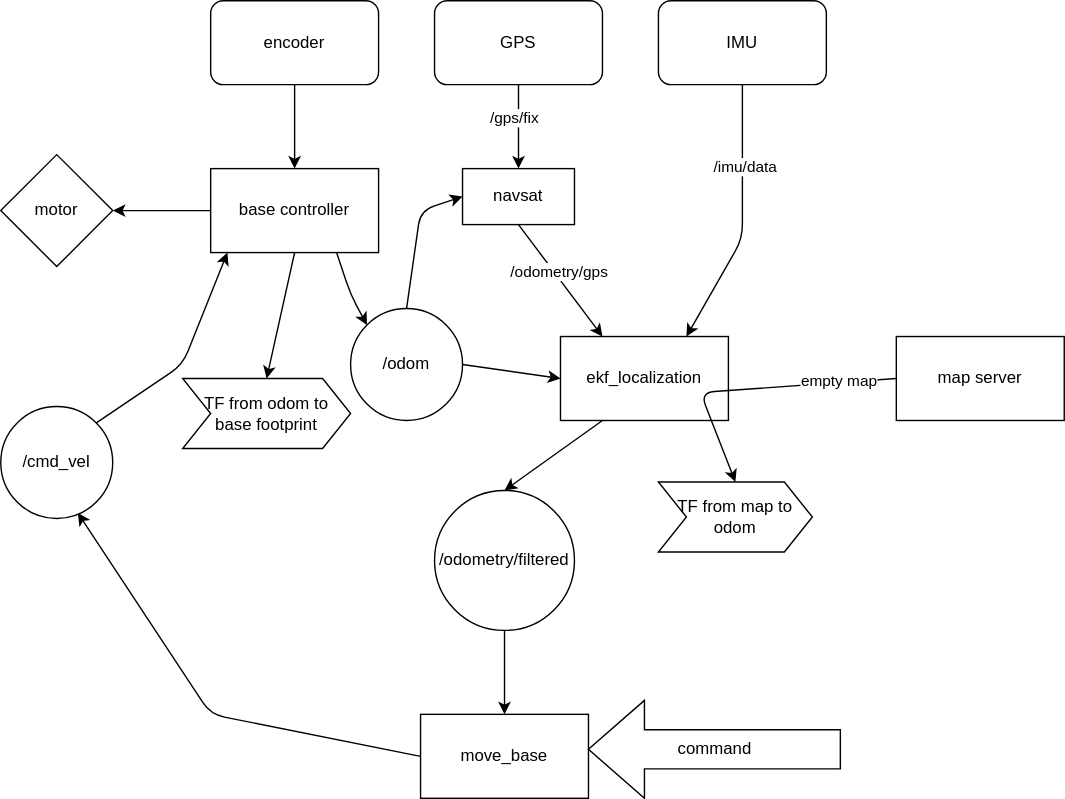
The draw.io diagram weeding_robot_description/pictures/Software_structure.svg in hank880907/weeding-robot, before a commit. Source tidied: cells renumbered, new cells last; positions are measured from the earlier drawing's top-left corner, leaving out a move shared by most shapes.
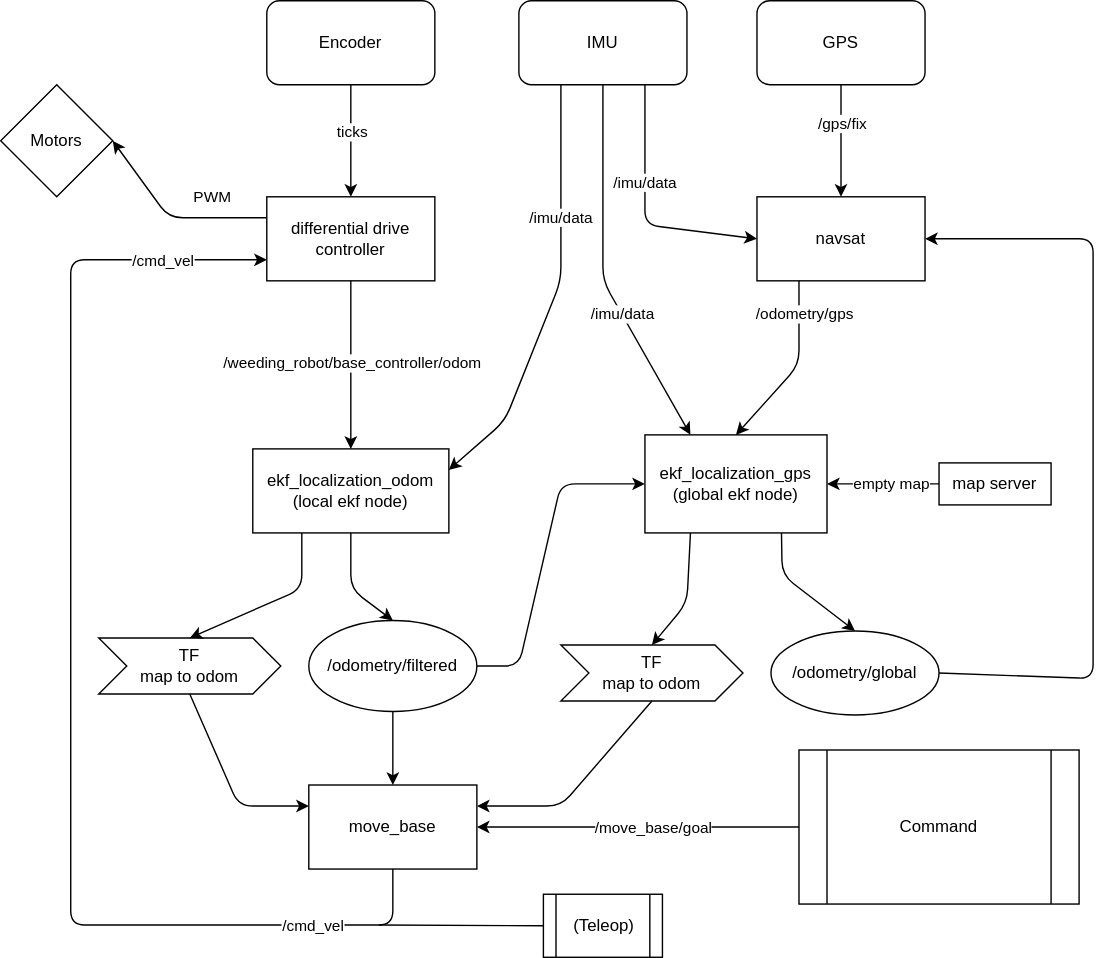
Above is the later version.

What changed in the source:
```diff
@@ -2,131 +2,223 @@
   <root>
     <mxCell id="0" />
     <mxCell id="1" parent="0" />
-    <mxCell id="2" value="encoder" style="rounded=1;whiteSpace=wrap;html=1;" parent="1" vertex="1">
-      <mxGeometry x="150" width="120" height="60" as="geometry" />
-    </mxCell>
+    <mxCell id="6" value="IMU" style="rounded=1;whiteSpace=wrap;html=1;" parent="1" vertex="1">
+      <mxGeometry x="420" y="-10" width="120" height="60" as="geometry" />
+    </mxCell>
+    <mxCell id="5" value="GPS" style="rounded=1;whiteSpace=wrap;html=1;" parent="1" vertex="1">
+      <mxGeometry x="590" y="-10" width="120" height="60" as="geometry" />
+    </mxCell>
+    <mxCell id="36" value="Encoder" style="rounded=1;whiteSpace=wrap;html=1;" parent="1" vertex="1">
+      <mxGeometry x="240" y="-10" width="120" height="60" as="geometry" />
+    </mxCell>
+    <mxCell id="37" value="differential drive controller" style="rounded=0;whiteSpace=wrap;html=1;" parent="1" vertex="1">
+      <mxGeometry x="240" y="130" width="120" height="60" as="geometry" />
+    </mxCell>
+    <mxCell id="20" value="navsat" style="rounded=0;whiteSpace=wrap;html=1;" parent="1" vertex="1">
+      <mxGeometry x="590" y="130" width="120" height="60" as="geometry" />
+    </mxCell>
+    <mxCell id="38" value="Motors" style="rhombus;whiteSpace=wrap;html=1;" parent="1" vertex="1">
+      <mxGeometry x="50" y="50" width="80" height="80" as="geometry" />
+    </mxCell>
+    <mxCell id="39" style="endArrow=classic;html=1;exitX=0.5;exitY=1;exitDx=0;exitDy=0;" parent="1" edge="1" source="36" target="37">
+      <mxGeometry relative="1" as="geometry" />
+    </mxCell>
+    <mxCell id="40" value="ticks" style="edgeLabel;html=1;align=center;verticalAlign=middle;" parent="39" vertex="1">
+      <mxGeometry x="-0.17" relative="1" as="geometry" />
+    </mxCell>
+    <mxCell id="41" style="endArrow=classic;html=1;exitX=0;exitY=0.25;exitDx=0;exitDy=0;entryX=1;entryY=0.5;entryDx=0;entryDy=0;" parent="1" edge="1" source="37" target="38">
+      <mxGeometry relative="1" as="geometry">
+        <Array as="points">
+          <mxPoint x="170" y="145" />
+        </Array>
+      </mxGeometry>
+    </mxCell>
+    <mxCell id="42" value="PWM" style="edgeLabel;html=1;align=center;verticalAlign=middle;" parent="41" vertex="1">
+      <mxGeometry x="0.29" y="-1" relative="1" as="geometry">
+        <mxPoint x="40.4" y="0.9" as="offset" />
+      </mxGeometry>
+    </mxCell>
-    <mxCell id="3" style="edgeStyle=orthogonalEdgeStyle;rounded=0;jettySize=auto;html=1;" parent="1" edge="1" source="5" target="20">
+    <mxCell id="3" style="endArrow=classic;html=1;exitX=0.5;exitY=1;exitDx=0;exitDy=0;entryX=0.5;entryY=0;entryDx=0;entryDy=0;" parent="1" edge="1" source="5" target="20">
       <mxGeometry relative="1" as="geometry" />
     </mxCell>
     <mxCell id="4" value="/gps/fix" style="edgeLabel;html=1;align=center;verticalAlign=middle;" parent="3" vertex="1">
-      <mxGeometry x="-0.23" y="-4" relative="1" as="geometry" />
+      <mxGeometry x="-0.33" relative="1" as="geometry" />
     </mxCell>
-    <mxCell id="5" value="GPS" style="rounded=1;whiteSpace=wrap;html=1;" parent="1" vertex="1">
-      <mxGeometry x="310" width="120" height="60" as="geometry" />
-    </mxCell>
-    <mxCell id="6" value="IMU" style="rounded=1;whiteSpace=wrap;html=1;" parent="1" vertex="1">
-      <mxGeometry x="470" width="120" height="60" as="geometry" />
-    </mxCell>
-    <mxCell id="7" style="endArrow=classic;html=1;exitX=0.5;exitY=1;exitDx=0;exitDy=0;entryX=0.5;entryY=0;entryDx=0;entryDy=0;" parent="1" edge="1" source="2" target="9">
-      <mxGeometry relative="1" as="geometry" />
-    </mxCell>
-    <mxCell id="8" style="edgeStyle=orthogonalEdgeStyle;rounded=0;jettySize=auto;html=1;" parent="1" edge="1" source="9" target="10">
-      <mxGeometry relative="1" as="geometry" />
-    </mxCell>
-    <mxCell id="9" value="base controller" style="rounded=0;whiteSpace=wrap;html=1;" parent="1" vertex="1">
-      <mxGeometry x="150" y="120" width="120" height="60" as="geometry" />
-    </mxCell>
-    <mxCell id="10" value="motor" style="rhombus;whiteSpace=wrap;html=1;" parent="1" vertex="1">
-      <mxGeometry y="110" width="80" height="80" as="geometry" />
-    </mxCell>
-    <mxCell id="11" value="ekf_localization" style="rounded=0;whiteSpace=wrap;html=1;" parent="1" vertex="1">
-      <mxGeometry x="400" y="240" width="120" height="60" as="geometry" />
-    </mxCell>
-    <mxCell id="12" style="endArrow=classic;html=1;exitX=1;exitY=0.5;exitDx=0;exitDy=0;entryX=0;entryY=0.5;entryDx=0;entryDy=0;" parent="1" edge="1" source="13" target="11">
-      <mxGeometry relative="1" as="geometry" />
-    </mxCell>
-    <mxCell id="13" value="/odom" style="ellipse;whiteSpace=wrap;html=1;" parent="1" vertex="1">
-      <mxGeometry x="250" y="220" width="80" height="80" as="geometry" />
-    </mxCell>
+    <mxCell id="43" value="ekf_localization_odom&lt;br&gt;(local ekf node)" style="rounded=0;whiteSpace=wrap;html=1;" parent="1" vertex="1">
+      <mxGeometry x="230" y="310" width="140" height="60" as="geometry" />
+    </mxCell>
+    <mxCell id="44" style="endArrow=classic;html=1;exitX=0.5;exitY=1;exitDx=0;exitDy=0;" parent="1" edge="1" source="37" target="43">
+      <mxGeometry relative="1" as="geometry" />
+    </mxCell>
+    <mxCell id="45" value="/weeding_robot/base_controller/odom" style="edgeLabel;html=1;align=center;verticalAlign=middle;" parent="44" vertex="1">
+      <mxGeometry x="-0.03" relative="1" as="geometry" />
+    </mxCell>
+    <mxCell id="46" style="endArrow=classic;html=1;exitX=0.25;exitY=1;exitDx=0;exitDy=0;entryX=1;entryY=0.25;entryDx=0;entryDy=0;" parent="1" edge="1" source="6" target="43">
+      <mxGeometry relative="1" as="geometry">
+        <Array as="points">
+          <mxPoint x="450" y="190" />
+          <mxPoint x="410" y="290" />
+        </Array>
+      </mxGeometry>
+    </mxCell>
+    <mxCell id="47" value="/imu/data" style="edgeLabel;html=1;align=center;verticalAlign=middle;" parent="46" vertex="1">
+      <mxGeometry x="-0.37" y="-1" relative="1" as="geometry">
+        <mxPoint y="-1" as="offset" />
+      </mxGeometry>
+    </mxCell>
+    <mxCell id="48" style="endArrow=classic;html=1;exitX=0.75;exitY=1;exitDx=0;exitDy=0;entryX=0;entryY=0.5;entryDx=0;entryDy=0;" parent="1" edge="1" source="6" target="20">
+      <mxGeometry relative="1" as="geometry">
+        <Array as="points">
+          <mxPoint x="510" y="150" />
+        </Array>
+      </mxGeometry>
+    </mxCell>
+    <mxCell id="49" value="/imu/data" style="edgeLabel;html=1;align=center;verticalAlign=middle;" parent="48" vertex="1">
+      <mxGeometry x="-0.23" y="-1" relative="1" as="geometry" />
+    </mxCell>
+    <mxCell id="50" style="endArrow=classic;html=1;exitX=0.5;exitY=1;exitDx=0;exitDy=0;entryX=0.5;entryY=0;entryDx=0;entryDy=0;" parent="1" edge="1" source="43" target="16">
+      <mxGeometry relative="1" as="geometry">
+        <Array as="points">
+          <mxPoint x="300" y="410" />
+        </Array>
+      </mxGeometry>
+    </mxCell>
+    <mxCell id="51" value="ekf_localization_gps&lt;br&gt;(global ekf node)" style="rounded=0;whiteSpace=wrap;html=1;" parent="1" vertex="1">
+      <mxGeometry x="510" y="300" width="130" height="70" as="geometry" />
+    </mxCell>
+    <mxCell id="52" style="endArrow=classic;html=1;exitX=0.75;exitY=1;exitDx=0;exitDy=0;entryX=0.5;entryY=0;entryDx=0;entryDy=0;" parent="1" edge="1" source="51" target="60">
+      <mxGeometry relative="1" as="geometry">
+        <Array as="points">
+          <mxPoint x="608" y="400" />
+        </Array>
+      </mxGeometry>
+    </mxCell>
+    <mxCell id="53" style="endArrow=classic;html=1;exitX=0.25;exitY=1;exitDx=0;exitDy=0;entryX=0.5;entryY=0;entryDx=0;entryDy=0;" parent="1" edge="1" source="20" target="51">
+      <mxGeometry relative="1" as="geometry">
+        <Array as="points">
+          <mxPoint x="620" y="250" />
+        </Array>
+      </mxGeometry>
+    </mxCell>
+    <mxCell id="23" value="/odometry/gps" style="edgeLabel;html=1;align=center;verticalAlign=middle;" parent="53" vertex="1">
+      <mxGeometry x="0.33" y="-1" relative="1" as="geometry">
+        <mxPoint x="21.2" y="-53.9" as="offset" />
+      </mxGeometry>
+    </mxCell>
+    <mxCell id="54" style="endArrow=classic;html=1;exitX=0.5;exitY=1;exitDx=0;exitDy=0;entryX=0.25;entryY=0;entryDx=0;entryDy=0;" parent="1" edge="1" source="6" target="51">
+      <mxGeometry relative="1" as="geometry">
+        <Array as="points">
+          <mxPoint x="480" y="190" />
+        </Array>
+      </mxGeometry>
+    </mxCell>
+    <mxCell id="55" value="/imu/data" style="edgeLabel;html=1;align=center;verticalAlign=middle;" parent="54" vertex="1">
+      <mxGeometry x="0.25" relative="1" as="geometry" />
+    </mxCell>
+    <mxCell id="56" style="endArrow=classic;html=1;exitX=1;exitY=0.5;exitDx=0;exitDy=0;entryX=0;entryY=0.5;entryDx=0;entryDy=0;" parent="1" edge="1" source="16" target="51">
+      <mxGeometry relative="1" as="geometry">
+        <Array as="points">
+          <mxPoint x="420" y="465" />
+          <mxPoint x="450" y="335" />
+        </Array>
+      </mxGeometry>
+    </mxCell>
+    <mxCell id="57" style="edgeStyle=orthogonalEdgeStyle;rounded=0;jettySize=auto;html=1;" parent="1" edge="1" source="14" target="51">
+      <mxGeometry relative="1" as="geometry" />
+    </mxCell>
+    <mxCell id="35" value="empty map" style="edgeLabel;html=1;align=center;verticalAlign=middle;" parent="57" vertex="1">
+      <mxGeometry x="-0.13" y="-1" relative="1" as="geometry" />
+    </mxCell>
     <mxCell id="14" value="map server" style="rounded=0;whiteSpace=wrap;html=1;" parent="1" vertex="1">
-      <mxGeometry x="640" y="240" width="120" height="60" as="geometry" />
+      <mxGeometry x="720" y="320" width="80" height="30" as="geometry" />
     </mxCell>
+    <mxCell id="58" style="endArrow=classic;html=1;exitX=1;exitY=0.5;exitDx=0;exitDy=0;entryX=1;entryY=0.5;entryDx=0;entryDy=0;" parent="1" edge="1" source="60" target="20">
+      <mxGeometry relative="1" as="geometry">
+        <Array as="points">
+          <mxPoint x="830" y="474" />
+          <mxPoint x="830" y="160" />
+        </Array>
+      </mxGeometry>
+    </mxCell>
-    <mxCell id="15" style="edgeStyle=orthogonalEdgeStyle;rounded=0;jettySize=auto;html=1;" parent="1" edge="1" source="16" target="25">
+    <mxCell id="15" style="endArrow=classic;html=1;exitX=0.5;exitY=1;exitDx=0;exitDy=0;entryX=0.5;entryY=0;entryDx=0;entryDy=0;" parent="1" edge="1" source="16" target="25">
       <mxGeometry relative="1" as="geometry" />
     </mxCell>
+    <mxCell id="25" value="move_base" style="rounded=0;whiteSpace=wrap;html=1;" parent="1" vertex="1">
+      <mxGeometry x="270" y="550" width="120" height="60" as="geometry" />
+    </mxCell>
+    <mxCell id="59" value="TF &lt;br&gt;map to odom" style="shape=step;perimeter=stepPerimeter;whiteSpace=wrap;html=1;fixedSize=1;" parent="1" vertex="1">
+      <mxGeometry x="450" y="450" width="130" height="40" as="geometry" />
+    </mxCell>
+    <mxCell id="60" value="&lt;span&gt;/odometry/global&lt;/span&gt;" style="ellipse;whiteSpace=wrap;html=1;" parent="1" vertex="1">
+      <mxGeometry x="600" y="440" width="120" height="60" as="geometry" />
+    </mxCell>
+    <mxCell id="61" style="endArrow=classic;html=1;exitX=0.25;exitY=1;exitDx=0;exitDy=0;entryX=0.5;entryY=0;entryDx=0;entryDy=0;" parent="1" edge="1" source="51" target="59">
+      <mxGeometry relative="1" as="geometry">
+        <Array as="points">
+          <mxPoint x="540" y="420" />
+        </Array>
+      </mxGeometry>
+    </mxCell>
+    <mxCell id="62" value="TF &lt;br&gt;map to odom" style="shape=step;perimeter=stepPerimeter;whiteSpace=wrap;html=1;fixedSize=1;" parent="1" vertex="1">
+      <mxGeometry x="120" y="445" width="130" height="40" as="geometry" />
+    </mxCell>
+    <mxCell id="63" style="endArrow=classic;html=1;exitX=0.25;exitY=1;exitDx=0;exitDy=0;entryX=0.5;entryY=0;entryDx=0;entryDy=0;" parent="1" edge="1" source="43" target="62">
+      <mxGeometry relative="1" as="geometry">
+        <Array as="points">
+          <mxPoint x="265" y="410" />
+        </Array>
+      </mxGeometry>
+    </mxCell>
     <mxCell id="16" value="/odometry/filtered" style="ellipse;whiteSpace=wrap;html=1;" parent="1" vertex="1">
-      <mxGeometry x="310" y="350" width="100" height="100" as="geometry" />
+      <mxGeometry x="270" y="432.5" width="120" height="65" as="geometry" />
     </mxCell>
-    <mxCell id="17" style="endArrow=classic;html=1;exitX=0.25;exitY=1;exitDx=0;exitDy=0;entryX=0.5;entryY=0;entryDx=0;entryDy=0;" parent="1" edge="1" source="11" target="16">
-      <mxGeometry relative="1" as="geometry" />
-    </mxCell>
-    <mxCell id="18" style="endArrow=classic;html=1;exitX=0.5;exitY=1;exitDx=0;exitDy=0;entryX=0.75;entryY=0;entryDx=0;entryDy=0;" parent="1" edge="1" source="6" target="11">
-      <mxGeometry relative="1" as="geometry">
-        <Array as="points">
-          <mxPoint x="530" y="170" />
-        </Array>
-      </mxGeometry>
-    </mxCell>
-    <mxCell id="19" value="/imu/data" style="edgeLabel;html=1;align=center;verticalAlign=middle;" parent="18" vertex="1">
-      <mxGeometry x="-0.39" y="1" relative="1" as="geometry" />
-    </mxCell>
-    <mxCell id="20" value="navsat" style="rounded=0;whiteSpace=wrap;html=1;" parent="1" vertex="1">
-      <mxGeometry x="330" y="120" width="80" height="40" as="geometry" />
-    </mxCell>
-    <mxCell id="21" style="endArrow=classic;html=1;exitX=0.5;exitY=0;exitDx=0;exitDy=0;entryX=0;entryY=0.5;entryDx=0;entryDy=0;" parent="1" edge="1" source="13" target="20">
-      <mxGeometry relative="1" as="geometry">
-        <Array as="points">
-          <mxPoint x="300" y="150" />
-        </Array>
-      </mxGeometry>
-    </mxCell>
-    <mxCell id="22" style="endArrow=classic;html=1;exitX=0.5;exitY=1;exitDx=0;exitDy=0;entryX=0.25;entryY=0;entryDx=0;entryDy=0;" parent="1" edge="1" source="20" target="11">
-      <mxGeometry relative="1" as="geometry" />
-    </mxCell>
-    <mxCell id="23" value="/odometry/gps" style="edgeLabel;html=1;align=center;verticalAlign=middle;" parent="22" vertex="1">
-      <mxGeometry x="-0.12" y="3" relative="1" as="geometry" />
-    </mxCell>
-    <mxCell id="24" value="TF from map to odom" style="shape=step;perimeter=stepPerimeter;whiteSpace=wrap;html=1;fixedSize=1;" parent="1" vertex="1">
-      <mxGeometry x="470" y="344" width="110" height="50" as="geometry" />
-    </mxCell>
-    <mxCell id="25" value="move_base" style="rounded=0;whiteSpace=wrap;html=1;" parent="1" vertex="1">
-      <mxGeometry x="300" y="510" width="120" height="60" as="geometry" />
-    </mxCell>
-    <mxCell id="26" style="endArrow=classic;html=1;exitX=0;exitY=0.5;exitDx=0;exitDy=0;entryX=0.688;entryY=0.95;entryDx=0;entryDy=0;entryPerimeter=0;" parent="1" edge="1" source="25" target="27">
-      <mxGeometry relative="1" as="geometry">
-        <Array as="points">
-          <mxPoint x="150" y="510" />
-        </Array>
-      </mxGeometry>
-    </mxCell>
-    <mxCell id="27" value="/cmd_vel" style="ellipse;whiteSpace=wrap;html=1;" parent="1" vertex="1">
-      <mxGeometry y="290" width="80" height="80" as="geometry" />
-    </mxCell>
-    <mxCell id="28" style="endArrow=classic;html=1;exitX=1;exitY=0;exitDx=0;exitDy=0;entryX=0.1;entryY=1;entryDx=0;entryDy=0;entryPerimeter=0;" parent="1" edge="1" source="27" target="9">
-      <mxGeometry relative="1" as="geometry">
-        <Array as="points">
-          <mxPoint x="130" y="260" />
-        </Array>
-      </mxGeometry>
-    </mxCell>
-    <mxCell id="29" value="TF from odom to base footprint" style="shape=step;perimeter=stepPerimeter;whiteSpace=wrap;html=1;fixedSize=1;" parent="1" vertex="1">
-      <mxGeometry x="130" y="270" width="120" height="50" as="geometry" />
-    </mxCell>
-    <mxCell id="30" style="endArrow=classic;html=1;exitX=0.75;exitY=1;exitDx=0;exitDy=0;entryX=0;entryY=0;entryDx=0;entryDy=0;" parent="1" edge="1" source="9" target="13">
-      <mxGeometry relative="1" as="geometry">
-        <Array as="points">
-          <mxPoint x="250" y="210" />
-        </Array>
-      </mxGeometry>
-    </mxCell>
-    <mxCell id="31" style="endArrow=classic;html=1;exitX=0.5;exitY=1;exitDx=0;exitDy=0;entryX=0.5;entryY=0;entryDx=0;entryDy=0;" parent="1" edge="1" source="9" target="29">
-      <mxGeometry relative="1" as="geometry" />
-    </mxCell>
-    <mxCell id="32" style="edgeStyle=orthogonalEdgeStyle;rounded=0;orthogonalLoop=1;jettySize=auto;html=1;exitX=0.5;exitY=1;exitDx=0;exitDy=0;" parent="1" edge="1" source="24" target="24">
-      <mxGeometry relative="1" as="geometry" />
-    </mxCell>
-    <mxCell id="33" value="command" style="html=1;shadow=0;dashed=0;align=center;verticalAlign=middle;shape=mxgraph.arrows2.arrow;dy=0.6;dx=40;flipH=1;notch=0;" parent="1" vertex="1">
-      <mxGeometry x="420" y="500" width="180" height="70" as="geometry" />
-    </mxCell>
-    <mxCell id="34" style="endArrow=classic;html=1;exitX=0;exitY=0.5;exitDx=0;exitDy=0;entryX=0.5;entryY=0;entryDx=0;entryDy=0;" parent="1" edge="1" source="14" target="24">
-      <mxGeometry relative="1" as="geometry">
-        <Array as="points">
-          <mxPoint x="500" y="280" />
-        </Array>
-      </mxGeometry>
-    </mxCell>
-    <mxCell id="35" value="empty map" style="edgeLabel;html=1;align=center;verticalAlign=middle;" parent="34" vertex="1">
-      <mxGeometry x="-0.6" y="-1" relative="1" as="geometry" />
-    </mxCell>
+    <mxCell id="64" style="endArrow=classic;html=1;exitX=0.5;exitY=1;exitDx=0;exitDy=0;entryX=0;entryY=0.25;entryDx=0;entryDy=0;" parent="1" edge="1" source="62" target="25">
+      <mxGeometry relative="1" as="geometry">
+        <Array as="points">
+          <mxPoint x="220" y="565" />
+        </Array>
+      </mxGeometry>
+    </mxCell>
+    <mxCell id="65" style="endArrow=classic;html=1;exitX=0.5;exitY=1;exitDx=0;exitDy=0;entryX=1;entryY=0.25;entryDx=0;entryDy=0;" parent="1" edge="1" source="59" target="25">
+      <mxGeometry relative="1" as="geometry">
+        <Array as="points">
+          <mxPoint x="450" y="565" />
+        </Array>
+      </mxGeometry>
+    </mxCell>
+    <mxCell id="66" style="endArrow=classic;html=1;entryX=0;entryY=0.75;entryDx=0;entryDy=0;exitX=0.5;exitY=1;exitDx=0;exitDy=0;" parent="1" edge="1" source="25" target="37">
+      <mxGeometry relative="1" as="geometry">
+        <Array as="points">
+          <mxPoint x="330" y="650" />
+          <mxPoint x="100" y="650" />
+          <mxPoint x="100" y="175" />
+        </Array>
+      </mxGeometry>
+    </mxCell>
+    <mxCell id="67" value="/cmd_vel" style="edgeLabel;html=1;align=center;verticalAlign=middle;" parent="66" vertex="1">
+      <mxGeometry x="0.83" relative="1" as="geometry" />
+    </mxCell>
+    <mxCell id="68" value="/cmd_vel" style="edgeLabel;html=1;align=center;verticalAlign=middle;" parent="66" vertex="1">
+      <mxGeometry x="-0.78" relative="1" as="geometry" />
+    </mxCell>
+    <mxCell id="69" value="Command" style="shape=process;whiteSpace=wrap;html=1;backgroundOutline=1;" parent="1" vertex="1">
+      <mxGeometry x="620" y="525" width="200" height="110" as="geometry" />
+    </mxCell>
+    <mxCell id="70" style="endArrow=classic;html=1;exitX=0;exitY=0.5;exitDx=0;exitDy=0;entryX=1;entryY=0.5;entryDx=0;entryDy=0;" parent="1" edge="1" source="69" target="25">
+      <mxGeometry relative="1" as="geometry" />
+    </mxCell>
+    <mxCell id="71" value="/move_base/goal" style="edgeLabel;html=1;align=center;verticalAlign=middle;" parent="70" vertex="1">
+      <mxGeometry x="-0.3" y="-2" relative="1" as="geometry">
+        <mxPoint x="-24" y="2" as="offset" />
+      </mxGeometry>
+    </mxCell>
+    <mxCell id="72" value="(Teleop)" style="shape=process;whiteSpace=wrap;html=1;backgroundOutline=1;" parent="1" vertex="1">
+      <mxGeometry x="437.5" y="628" width="85" height="45" as="geometry" />
+    </mxCell>
+    <mxCell id="73" style="endArrow=none;html=1;exitX=0;exitY=0.5;exitDx=0;exitDy=0;" parent="1" edge="1" source="72">
+      <mxGeometry relative="1" as="geometry">
+        <mxPoint x="320" y="650" as="targetPoint" />
+      </mxGeometry>
+    </mxCell>
   </root>
 </mxGraphModel>
```
